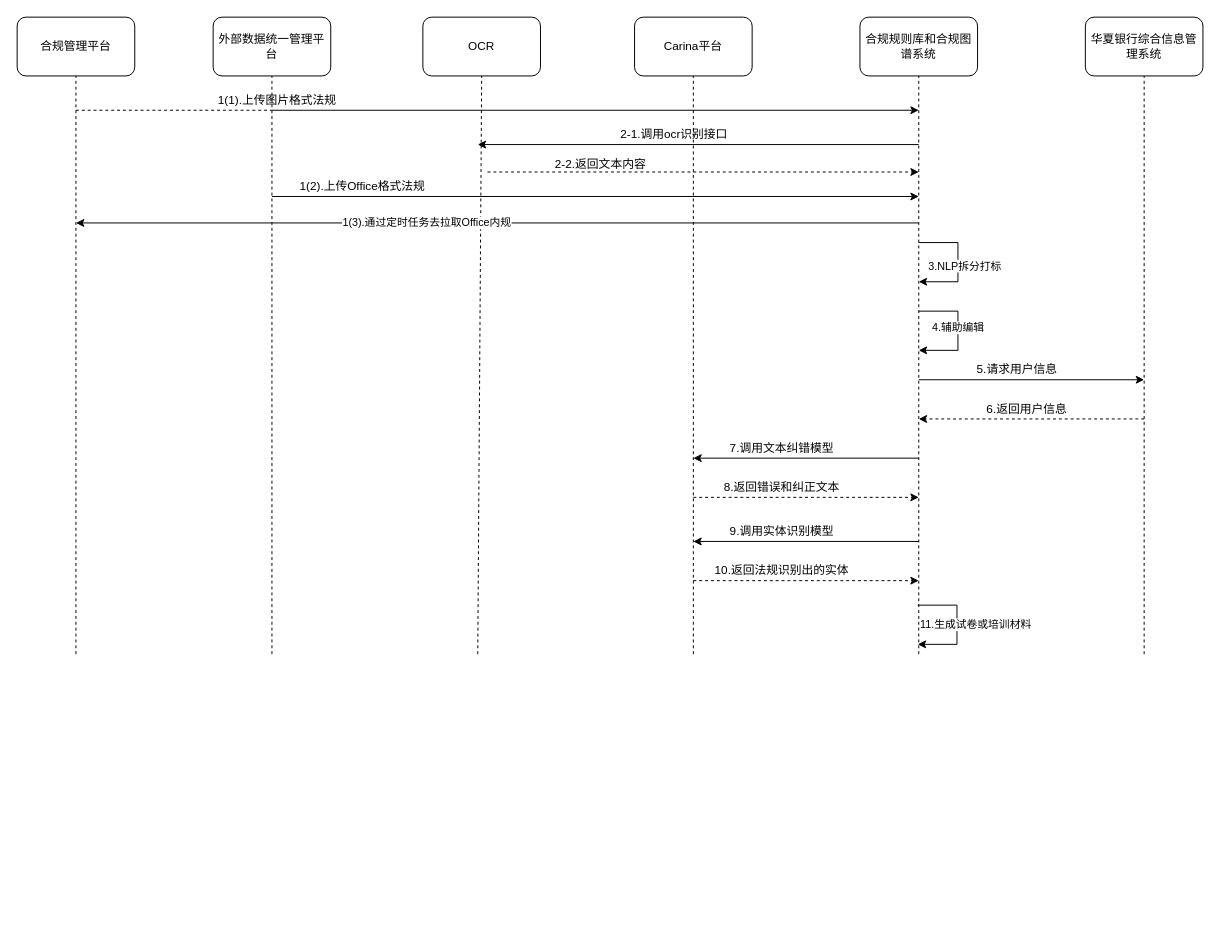
The draw.io diagram 系统间时序图.drawio in justone25/Helloworld, before the edit. Source tidied: cells renumbered, new cells numbered last; positions are measured from the earlier drawing's top-left corner, leaving out a move shared by most shapes. Both pictures are drawn from the tidied source at 98%, with x=0, y=0 at pixel (17, 17).
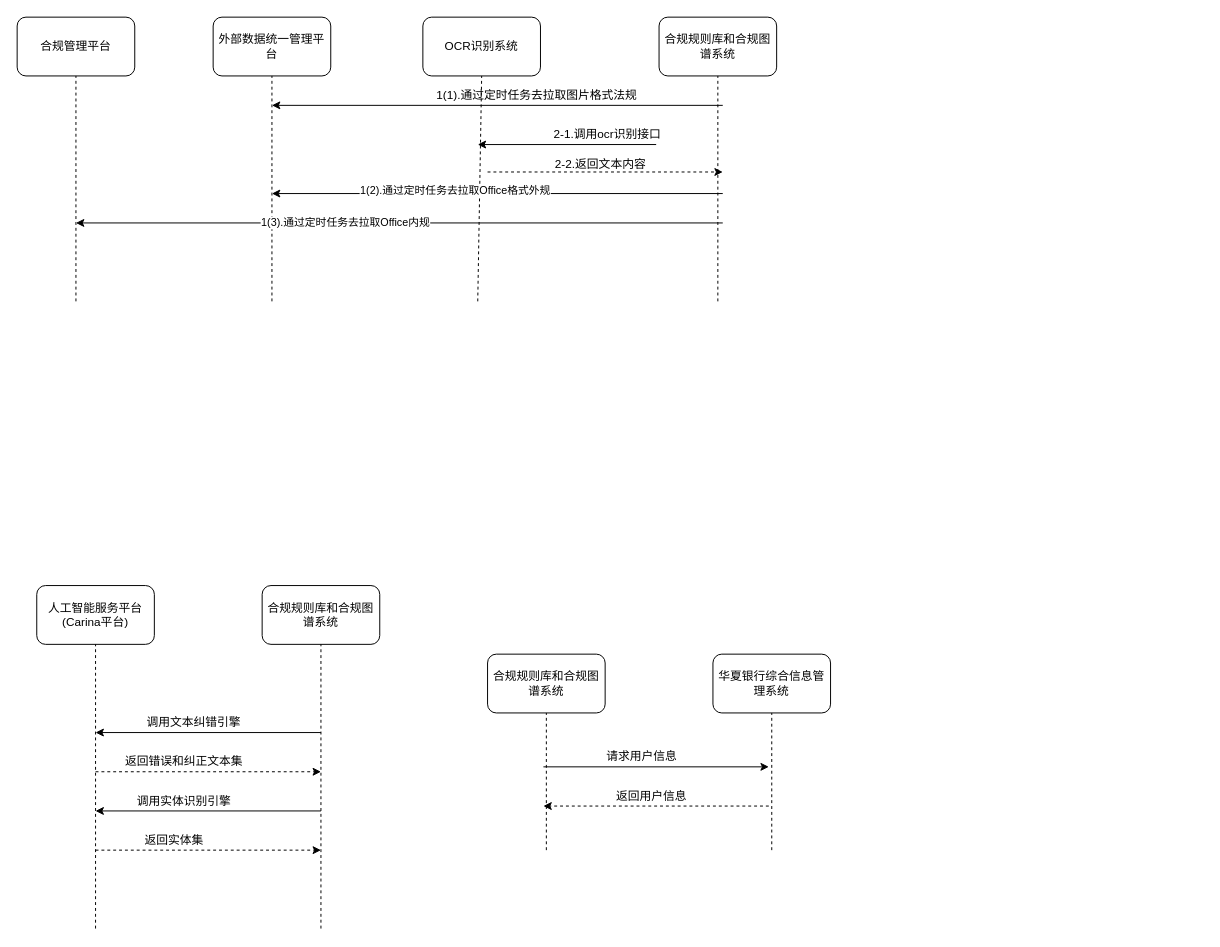
After the change.

Commit message:
更新系统间时序图.drawio

What changed in the source:
```diff
@@
     <mxCell id="3" style="endArrow=none;dashed=1;html=1;rounded=0;" parent="1" edge="1">
       <mxGeometry relative="1" as="geometry">
-        <mxPoint x="260" y="650" as="sourcePoint" />
+        <mxPoint x="260" y="290" as="sourcePoint" />
         <mxPoint x="260" y="60" as="targetPoint" />
       </mxGeometry>
     </mxCell>
-    <mxCell id="4" value="OCR" style="rounded=1;whiteSpace=wrap;html=1;" parent="1" vertex="1">
+    <mxCell id="4" value="OCR识别系统" style="rounded=1;whiteSpace=wrap;html=1;" parent="1" vertex="1">
       <mxGeometry x="414" width="120" height="60" as="geometry" />
     </mxCell>
     <mxCell id="5" style="endArrow=none;dashed=1;html=1;rounded=0;" parent="1" edge="1">
       <mxGeometry relative="1" as="geometry">
-        <mxPoint x="470" y="650" as="sourcePoint" />
+        <mxPoint x="470" y="290" as="sourcePoint" />
         <mxPoint x="474" y="60" as="targetPoint" />
       </mxGeometry>
     </mxCell>
-    <mxCell id="6" value="Carina平台" style="rounded=1;whiteSpace=wrap;html=1;" parent="1" vertex="1">
-      <mxGeometry x="630" width="120" height="60" as="geometry" />
-    </mxCell>
-    <mxCell id="7" style="endArrow=none;dashed=1;html=1;rounded=0;" parent="1" edge="1">
-      <mxGeometry relative="1" as="geometry">
-        <mxPoint x="690" y="650" as="sourcePoint" />
-        <mxPoint x="690" y="60" as="targetPoint" />
-      </mxGeometry>
-    </mxCell>
-    <mxCell id="8" value="华夏银行综合信息管理系统" style="rounded=1;whiteSpace=wrap;html=1;" parent="1" vertex="1">
-      <mxGeometry x="1090" width="120" height="60" as="geometry" />
-    </mxCell>
-    <mxCell id="9" style="endArrow=none;dashed=1;html=1;rounded=0;" parent="1" edge="1">
-      <mxGeometry relative="1" as="geometry">
-        <mxPoint x="1150" y="650" as="sourcePoint" />
-        <mxPoint x="1150" y="60" as="targetPoint" />
-      </mxGeometry>
-    </mxCell>
     <mxCell id="10" value="合规规则库和合规图谱系统" style="rounded=1;whiteSpace=wrap;html=1;" parent="1" vertex="1">
-      <mxGeometry x="860" width="120" height="60" as="geometry" />
+      <mxGeometry x="655" width="120" height="60" as="geometry" />
     </mxCell>
     <mxCell id="11" style="endArrow=none;dashed=1;html=1;rounded=0;" parent="1" edge="1">
       <mxGeometry relative="1" as="geometry">
-        <mxPoint x="920" y="650" as="sourcePoint" />
-        <mxPoint x="920" y="60" as="targetPoint" />
+        <mxPoint x="715" y="290" as="sourcePoint" />
+        <mxPoint x="715" y="60" as="targetPoint" />
       </mxGeometry>
     </mxCell>
-    <mxCell id="12" style="endArrow=classic;html=1;rounded=0;" parent="1" edge="1">
-      <mxGeometry relative="1" as="geometry">
-        <mxPoint x="260" y="95" as="sourcePoint" />
-        <mxPoint x="920" y="95" as="targetPoint" />
-      </mxGeometry>
-    </mxCell>
-    <mxCell id="13" value="1(1).上传图片格式法规" style="text;html=1;align=center;verticalAlign=middle;strokeColor=none;fillColor=none;" parent="1" vertex="1">
-      <mxGeometry x="195" y="70" width="140" height="30" as="geometry" />
-    </mxCell>
-    <mxCell id="14" style="endArrow=classic;html=1;rounded=0;" parent="1" edge="1">
-      <mxGeometry relative="1" as="geometry">
-        <mxPoint x="260" y="183" as="sourcePoint" />
-        <mxPoint x="920" y="183" as="targetPoint" />
-      </mxGeometry>
-    </mxCell>
-    <mxCell id="15" value="1(2).上传Office格式法规" style="text;html=1;align=center;verticalAlign=middle;strokeColor=none;fillColor=none;" parent="1" vertex="1">
-      <mxGeometry x="277" y="158" width="150" height="30" as="geometry" />
-    </mxCell>
@@
-    <mxCell id="17" style="endArrow=classic;html=1;rounded=0;" parent="1" edge="1">
-      <mxGeometry relative="1" as="geometry">
-        <mxPoint x="920" y="230" as="sourcePoint" />
-        <mxPoint x="920" y="270" as="targetPoint" />
-        <Array as="points">
-          <mxPoint x="960" y="230" />
-          <mxPoint x="960" y="270" />
-        </Array>
-      </mxGeometry>
-    </mxCell>
-    <mxCell id="18" value="3.NLP拆分打标" style="edgeLabel;html=1;align=center;verticalAlign=middle;" parent="17" vertex="1">
-      <mxGeometry x="0.03" y="-2" relative="1" as="geometry">
-        <mxPoint x="8" y="1" as="offset" />
-      </mxGeometry>
-    </mxCell>
-    <mxCell id="19" style="endArrow=classic;html=1;rounded=0;" parent="1" edge="1">
-      <mxGeometry relative="1" as="geometry">
-        <mxPoint x="920" y="300" as="sourcePoint" />
-        <mxPoint x="920" y="340" as="targetPoint" />
-        <Array as="points">
-          <mxPoint x="960" y="300" />
-          <mxPoint x="960" y="340" />
-        </Array>
-      </mxGeometry>
-    </mxCell>
-    <mxCell id="20" value="4.辅助编辑" style="edgeLabel;html=1;align=center;verticalAlign=middle;" parent="19" vertex="1">
-      <mxGeometry x="-0.07" y="-1" relative="1" as="geometry" />
-    </mxCell>
-    <mxCell id="21" style="endArrow=classic;html=1;rounded=0;" parent="1" edge="1">
-      <mxGeometry relative="1" as="geometry">
-        <mxPoint x="920" y="370" as="sourcePoint" />
-        <mxPoint x="1150" y="370" as="targetPoint" />
-      </mxGeometry>
-    </mxCell>
-    <mxCell id="22" value="5.请求用户信息" style="text;html=1;align=center;verticalAlign=middle;strokeColor=none;fillColor=none;" parent="1" vertex="1">
-      <mxGeometry x="965" y="345" width="110" height="30" as="geometry" />
-    </mxCell>
-    <mxCell id="23" style="endArrow=classic;html=1;rounded=0;dashed=1;" parent="1" edge="1">
-      <mxGeometry relative="1" as="geometry">
-        <mxPoint x="1150" y="410" as="sourcePoint" />
-        <mxPoint x="920" y="410" as="targetPoint" />
-      </mxGeometry>
-    </mxCell>
-    <mxCell id="24" value="6.返回用户信息" style="text;html=1;align=center;verticalAlign=middle;strokeColor=none;fillColor=none;" parent="1" vertex="1">
-      <mxGeometry x="975" y="385" width="110" height="30" as="geometry" />
-    </mxCell>
-    <mxCell id="25" style="endArrow=classic;html=1;rounded=0;" parent="1" edge="1">
-      <mxGeometry relative="1" as="geometry">
-        <mxPoint x="920" y="450" as="sourcePoint" />
-        <mxPoint x="690" y="450" as="targetPoint" />
-      </mxGeometry>
-    </mxCell>
-    <mxCell id="26" value="7.调用文本纠错模型" style="text;html=1;align=center;verticalAlign=middle;strokeColor=none;fillColor=none;" parent="1" vertex="1">
-      <mxGeometry x="715" y="425" width="130" height="30" as="geometry" />
-    </mxCell>
-    <mxCell id="27" style="endArrow=classic;html=1;rounded=0;dashed=1;" parent="1" edge="1">
-      <mxGeometry relative="1" as="geometry">
-        <mxPoint x="690" y="490" as="sourcePoint" />
-        <mxPoint x="920" y="490" as="targetPoint" />
-      </mxGeometry>
-    </mxCell>
-    <mxCell id="28" value="8.返回错误和纠正文本" style="text;html=1;align=center;verticalAlign=middle;strokeColor=none;fillColor=none;" parent="1" vertex="1">
-      <mxGeometry x="710" y="465" width="140" height="30" as="geometry" />
-    </mxCell>
-    <mxCell id="29" style="endArrow=classic;html=1;rounded=0;" parent="1" edge="1">
-      <mxGeometry relative="1" as="geometry">
-        <mxPoint x="920" y="535" as="sourcePoint" />
-        <mxPoint x="690" y="535" as="targetPoint" />
-      </mxGeometry>
-    </mxCell>
-    <mxCell id="30" value="9.调用实体识别模型" style="text;html=1;align=center;verticalAlign=middle;strokeColor=none;fillColor=none;" parent="1" vertex="1">
-      <mxGeometry x="715" y="510" width="130" height="30" as="geometry" />
-    </mxCell>
-    <mxCell id="31" style="endArrow=classic;html=1;rounded=0;dashed=1;" parent="1" edge="1">
-      <mxGeometry relative="1" as="geometry">
-        <mxPoint x="690" y="575" as="sourcePoint" />
-        <mxPoint x="920" y="575" as="targetPoint" />
-      </mxGeometry>
-    </mxCell>
-    <mxCell id="32" value="10.返回法规识别出的实体" style="text;html=1;align=center;verticalAlign=middle;strokeColor=none;fillColor=none;" parent="1" vertex="1">
-      <mxGeometry x="700" y="550" width="160" height="30" as="geometry" />
-    </mxCell>
-    <mxCell id="33" style="endArrow=classic;html=1;rounded=0;" parent="1" edge="1">
-      <mxGeometry relative="1" as="geometry">
-        <mxPoint x="919" y="600" as="sourcePoint" />
-        <mxPoint x="919" y="640" as="targetPoint" />
-        <Array as="points">
-          <mxPoint x="959" y="600" />
-          <mxPoint x="959" y="640" />
-        </Array>
-      </mxGeometry>
-    </mxCell>
-    <mxCell id="34" value="11.生成试卷或培训材料" style="edgeLabel;html=1;align=center;verticalAlign=middle;" parent="33" vertex="1">
-      <mxGeometry x="-0.02" relative="1" as="geometry">
-        <mxPoint x="18" as="offset" />
-      </mxGeometry>
-    </mxCell>
@@
     <mxCell id="36" style="endArrow=none;dashed=1;html=1;rounded=0;" parent="1" edge="1">
       <mxGeometry relative="1" as="geometry">
-        <mxPoint x="60" y="650" as="sourcePoint" />
+        <mxPoint x="60" y="290" as="sourcePoint" />
         <mxPoint x="60" y="60" as="targetPoint" />
       </mxGeometry>
     </mxCell>
-    <mxCell id="37" style="endArrow=none;dashed=1;html=1;rounded=0;" parent="1" edge="1">
-      <mxGeometry relative="1" as="geometry">
-        <mxPoint x="60" y="95" as="sourcePoint" />
-        <mxPoint x="260" y="95" as="targetPoint" />
-      </mxGeometry>
-    </mxCell>
     <mxCell id="38" style="endArrow=classic;html=1;rounded=0;" parent="1" edge="1">
       <mxGeometry relative="1" as="geometry">
-        <mxPoint x="920" y="210" as="sourcePoint" />
+        <mxPoint x="720" y="210" as="sourcePoint" />
         <mxPoint x="60" y="210" as="targetPoint" />
       </mxGeometry>
     </mxCell>
@@
-    <mxCell id="40" style="endArrow=classic;html=1;rounded=0;" parent="1" edge="1">
+    <mxCell id="40" style="endArrow=classic;html=1;rounded=0;exitX=0.885;exitY=0.833;exitDx=0;exitDy=0;exitPerimeter=0;" parent="1" edge="1" source="41">
       <mxGeometry relative="1" as="geometry">
-        <mxPoint x="920" y="130" as="sourcePoint" />
         <mxPoint x="470" y="130" as="targetPoint" />
       </mxGeometry>
     </mxCell>
     <mxCell id="41" value="2-1.调用ocr识别接口" style="text;html=1;align=center;verticalAlign=middle;points=[];strokeColor=none;fillColor=none;" parent="1" vertex="1">
-      <mxGeometry x="605" y="105" width="130" height="30" as="geometry" />
+      <mxGeometry x="537" y="105" width="130" height="30" as="geometry" />
     </mxCell>
     <mxCell id="42" style="endArrow=classic;html=1;rounded=0;dashed=1;" parent="1" edge="1">
       <mxGeometry relative="1" as="geometry">
         <mxPoint x="480" y="158" as="sourcePoint" />
-        <mxPoint x="920" y="158" as="targetPoint" />
+        <mxPoint x="720" y="158" as="targetPoint" />
       </mxGeometry>
     </mxCell>
+    <mxCell id="43" style="endArrow=classic;html=1;rounded=0;" parent="1" edge="1">
+      <mxGeometry relative="1" as="geometry">
+        <mxPoint x="720" y="90" as="sourcePoint" />
+        <mxPoint x="260" y="90" as="targetPoint" />
+      </mxGeometry>
+    </mxCell>
+    <mxCell id="44" style="endArrow=classic;html=1;rounded=0;" parent="1" edge="1">
+      <mxGeometry relative="1" as="geometry">
+        <mxPoint x="720" y="180" as="sourcePoint" />
+        <mxPoint x="260" y="180" as="targetPoint" />
+      </mxGeometry>
+    </mxCell>
+    <mxCell id="45" value="1(2).通过定时任务去拉取Office格式外规" style="edgeLabel;html=1;align=center;verticalAlign=middle;" parent="44" vertex="1">
+      <mxGeometry x="0.19" y="-4" relative="1" as="geometry" />
+    </mxCell>
+    <mxCell id="46" value="1(1).通过定时任务去拉取图片格式法规" style="text;html=1;align=center;verticalAlign=middle;strokeColor=none;fillColor=none;" parent="1" vertex="1">
+      <mxGeometry x="415" y="65" width="230" height="30" as="geometry" />
+    </mxCell>
+    <mxCell id="47" value="人工智能服务平台(Carina平台)" style="rounded=1;whiteSpace=wrap;html=1;" parent="1" vertex="1">
+      <mxGeometry x="20" y="580" width="120" height="60" as="geometry" />
+    </mxCell>
+    <mxCell id="48" style="endArrow=none;dashed=1;html=1;rounded=0;" parent="1" edge="1">
+      <mxGeometry relative="1" as="geometry">
+        <mxPoint x="80" y="930" as="sourcePoint" />
+        <mxPoint x="80" y="640" as="targetPoint" />
+      </mxGeometry>
+    </mxCell>
+    <mxCell id="49" value="合规规则库和合规图谱系统" style="rounded=1;whiteSpace=wrap;html=1;" parent="1" vertex="1">
+      <mxGeometry x="250" y="580" width="120" height="60" as="geometry" />
+    </mxCell>
+    <mxCell id="50" style="endArrow=none;dashed=1;html=1;rounded=0;" parent="1" edge="1">
+      <mxGeometry relative="1" as="geometry">
+        <mxPoint x="310" y="930" as="sourcePoint" />
+        <mxPoint x="310" y="640" as="targetPoint" />
+      </mxGeometry>
+    </mxCell>
+    <mxCell id="8" value="华夏银行综合信息管理系统" style="rounded=1;whiteSpace=wrap;html=1;" parent="1" vertex="1">
+      <mxGeometry x="710" y="650" width="120" height="60" as="geometry" />
+    </mxCell>
+    <mxCell id="51" style="endArrow=none;dashed=1;html=1;rounded=0;" parent="1" edge="1">
+      <mxGeometry relative="1" as="geometry">
+        <mxPoint x="770" y="850" as="sourcePoint" />
+        <mxPoint x="770" y="710" as="targetPoint" />
+      </mxGeometry>
+    </mxCell>
+    <mxCell id="52" value="合规规则库和合规图谱系统" style="rounded=1;whiteSpace=wrap;html=1;" parent="1" vertex="1">
+      <mxGeometry x="480" y="650" width="120" height="60" as="geometry" />
+    </mxCell>
+    <mxCell id="53" style="endArrow=none;dashed=1;html=1;rounded=0;" parent="1" edge="1">
+      <mxGeometry relative="1" as="geometry">
+        <mxPoint x="540" y="850" as="sourcePoint" />
+        <mxPoint x="540" y="710" as="targetPoint" />
+      </mxGeometry>
+    </mxCell>
+    <mxCell id="54" style="endArrow=classic;html=1;rounded=0;" parent="1" edge="1">
+      <mxGeometry relative="1" as="geometry">
+        <mxPoint x="537" y="765" as="sourcePoint" />
+        <mxPoint x="767" y="765" as="targetPoint" />
+      </mxGeometry>
+    </mxCell>
+    <mxCell id="55" value="请求用户信息" style="text;html=1;align=center;verticalAlign=middle;strokeColor=none;fillColor=none;" parent="1" vertex="1">
+      <mxGeometry x="587" y="740" width="100" height="30" as="geometry" />
+    </mxCell>
+    <mxCell id="56" style="endArrow=classic;html=1;rounded=0;dashed=1;" parent="1" edge="1">
+      <mxGeometry relative="1" as="geometry">
+        <mxPoint x="767" y="805" as="sourcePoint" />
+        <mxPoint x="537" y="805" as="targetPoint" />
+      </mxGeometry>
+    </mxCell>
+    <mxCell id="57" value="返回用户信息" style="text;html=1;align=center;verticalAlign=middle;strokeColor=none;fillColor=none;" parent="1" vertex="1">
+      <mxGeometry x="597" y="780" width="100" height="30" as="geometry" />
+    </mxCell>
+    <mxCell id="58" style="endArrow=classic;html=1;rounded=0;" parent="1" edge="1">
+      <mxGeometry relative="1" as="geometry">
+        <mxPoint x="310" y="730" as="sourcePoint" />
+        <mxPoint x="80" y="730" as="targetPoint" />
+      </mxGeometry>
+    </mxCell>
+    <mxCell id="59" style="endArrow=classic;html=1;rounded=0;dashed=1;" parent="1" edge="1">
+      <mxGeometry relative="1" as="geometry">
+        <mxPoint x="80" y="770" as="sourcePoint" />
+        <mxPoint x="310" y="770" as="targetPoint" />
+      </mxGeometry>
+    </mxCell>
+    <mxCell id="60" style="endArrow=classic;html=1;rounded=0;" parent="1" edge="1">
+      <mxGeometry relative="1" as="geometry">
+        <mxPoint x="310" y="810" as="sourcePoint" />
+        <mxPoint x="80" y="810" as="targetPoint" />
+      </mxGeometry>
+    </mxCell>
+    <mxCell id="61" style="endArrow=classic;html=1;rounded=0;dashed=1;" parent="1" edge="1">
+      <mxGeometry relative="1" as="geometry">
+        <mxPoint x="80" y="850" as="sourcePoint" />
+        <mxPoint x="310" y="850" as="targetPoint" />
+      </mxGeometry>
+    </mxCell>
+    <mxCell id="62" value="调用文本纠错引擎" style="text;html=1;align=center;verticalAlign=middle;strokeColor=none;fillColor=none;" parent="1" vertex="1">
+      <mxGeometry x="120" y="705" width="120" height="30" as="geometry" />
+    </mxCell>
+    <mxCell id="63" value="返回错误和纠正文本集" style="text;html=1;align=center;verticalAlign=middle;strokeColor=none;fillColor=none;" parent="1" vertex="1">
+      <mxGeometry x="100" y="745" width="140" height="30" as="geometry" />
+    </mxCell>
+    <mxCell id="64" value="调用实体识别引擎" style="text;html=1;align=center;verticalAlign=middle;strokeColor=none;fillColor=none;" parent="1" vertex="1">
+      <mxGeometry x="110" y="785" width="120" height="30" as="geometry" />
+    </mxCell>
+    <mxCell id="65" value="返回实体集" style="text;html=1;align=center;verticalAlign=middle;strokeColor=none;fillColor=none;" parent="1" vertex="1">
+      <mxGeometry x="120" y="825" width="80" height="30" as="geometry" />
+    </mxCell>
```
